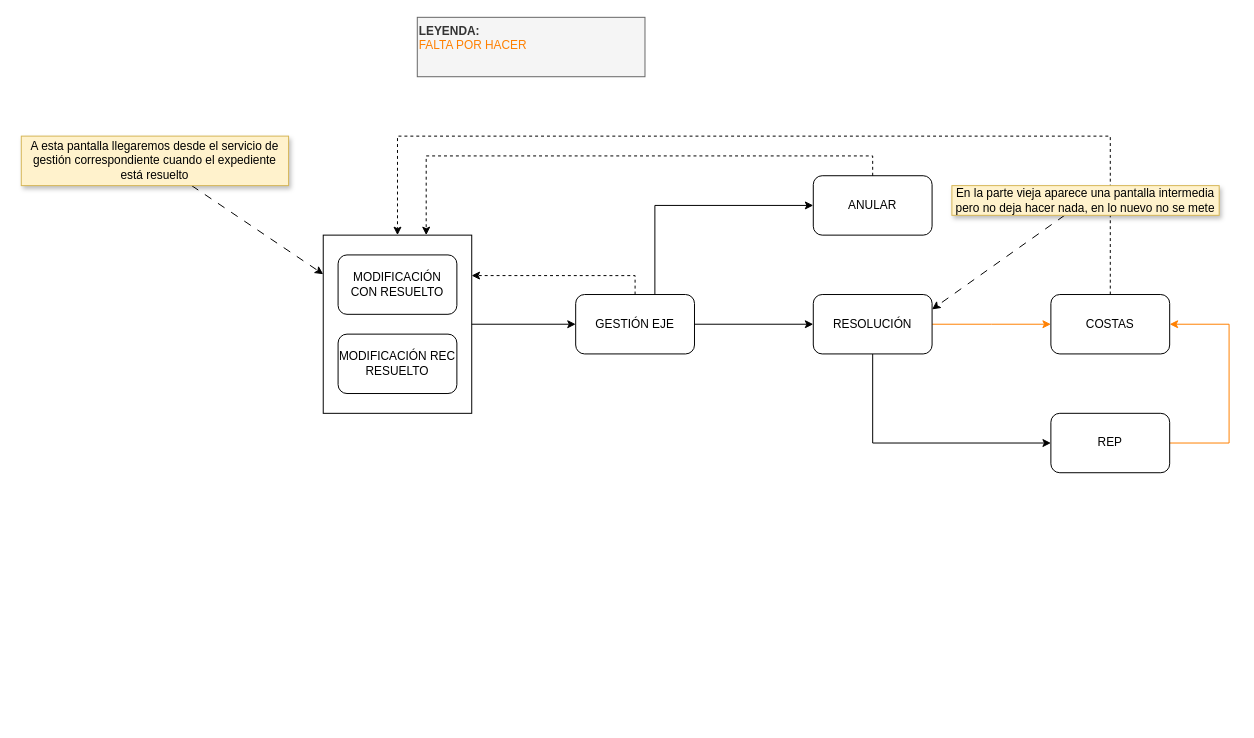
This is page "EJE" (3 of 7) of mierdas.drawio from rlop666/diagramas, a draw.io file, before an edit. Source tidied: cells renumbered, new cells numbered last; positions are measured from the earlier drawing's top-left corner, leaving out a move shared by most shapes. Both pictures are drawn from the tidied source at 99%, with x=0, y=0 at pixel (21, 17).
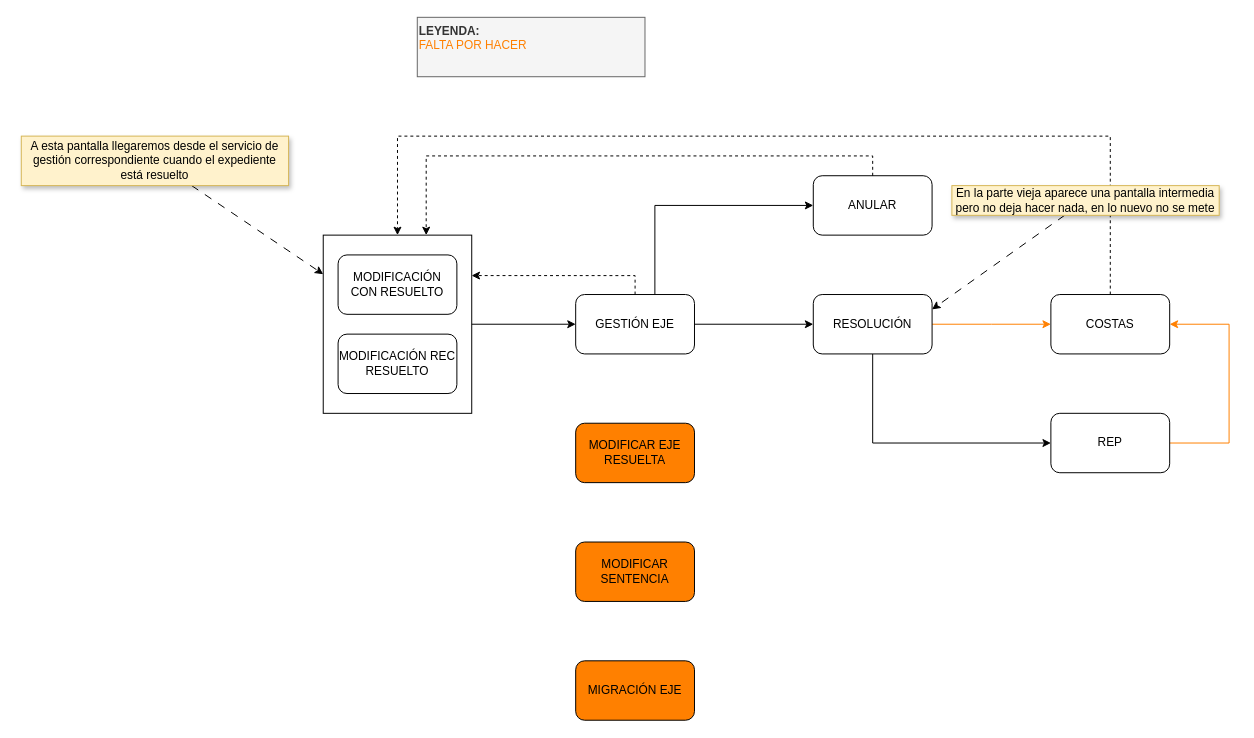
The same page after the edit.

Diff of the diagram source:
```diff
@@
+    <mxCell id="24" value="MODIFICAR EJE RESUELTA" style="rounded=1;whiteSpace=wrap;html=1;fillColor=#FF8000;" parent="1" vertex="1">
+      <mxGeometry x="560" y="410" width="120" height="60" as="geometry" />
+    </mxCell>
+    <mxCell id="25" value="MODIFICAR SENTENCIA" style="rounded=1;whiteSpace=wrap;html=1;fillColor=#FF8000;" parent="1" vertex="1">
+      <mxGeometry x="560" y="530" width="120" height="60" as="geometry" />
+    </mxCell>
+    <mxCell id="26" value="MIGRACIÓN EJE" style="rounded=1;whiteSpace=wrap;html=1;fillColor=#FF8000;" parent="1" vertex="1">
+      <mxGeometry x="560" y="650" width="120" height="60" as="geometry" />
+    </mxCell>
```
